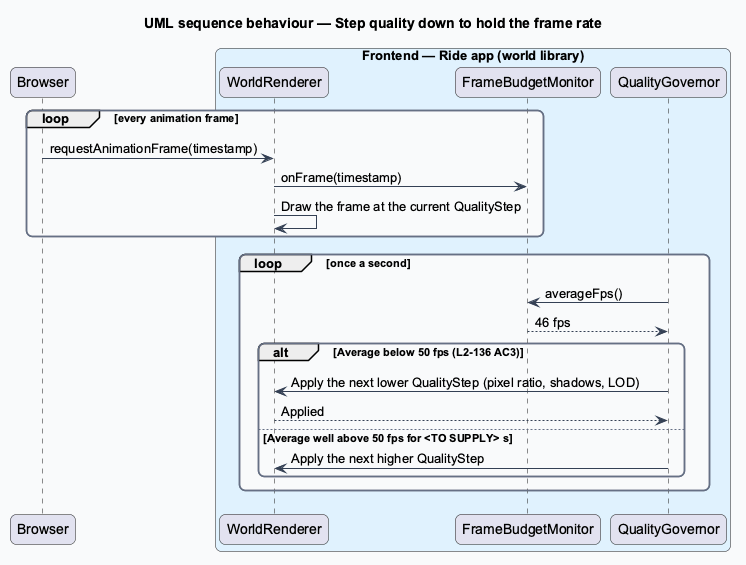
Earlier version of the PlantUML export docs/detailed-designs/performance/meet-performance-budgets/diagrams/sequence-quality-step-down.png (QuinntyneBrown/ride-one).
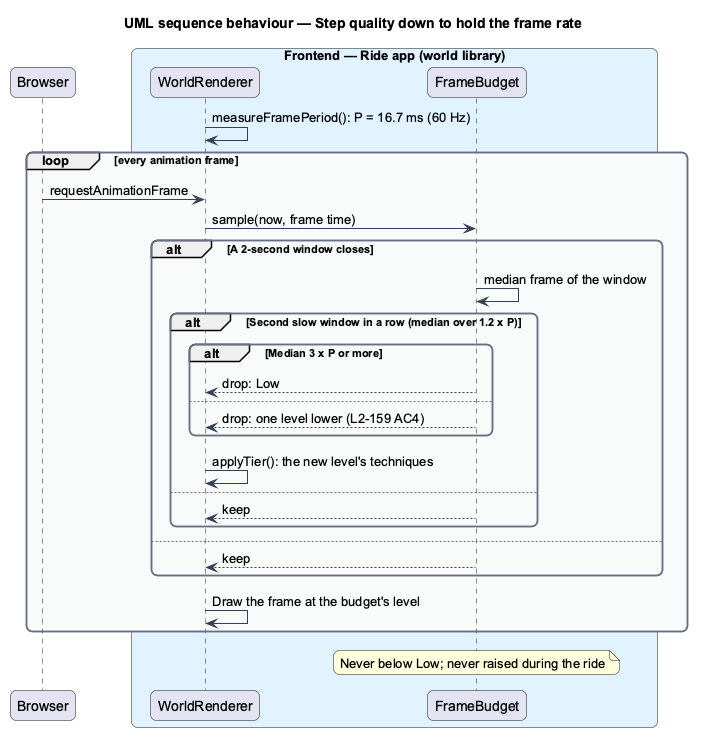
Later version of the same file.

Commit message:
Step down as main's frame budget does, in the performance design and L2-159

What changed in the source:
```diff
@@ -17,22 +17,28 @@
 participant "Browser" as browser
 box "Frontend — Ride app (world library)" #E0F2FE
   participant "WorldRenderer" as renderer
-  participant "FrameBudgetMonitor" as monitor
-  participant "QualityGovernor" as governor
+  participant "FrameBudget" as budget
 end box
+renderer -> renderer : measureFramePeriod(): P = 16.7 ms (60 Hz)
 loop every animation frame
-  browser -> renderer : requestAnimationFrame(timestamp)
-  renderer -> monitor : onFrame(timestamp)
-  renderer -> renderer : Draw the frame at the current QualityStep
+  browser -> renderer : requestAnimationFrame
+  renderer -> budget : sample(now, frame time)
+  alt A 2-second window closes
+    budget -> budget : median frame of the window
+    alt Second slow window in a row (median over 1.2 x P)
+      alt Median 3 x P or more
+        budget --> renderer : drop: Low
+      else
+        budget --> renderer : drop: one level lower (L2-159 AC4)
+      end
+      renderer -> renderer : applyTier(): the new level's techniques
+    else
+      budget --> renderer : keep
+    end
+  else
+    budget --> renderer : keep
+  end
+  renderer -> renderer : Draw the frame at the budget's level
 end
-loop once a second
-  governor -> monitor : averageFps()
-  monitor --> governor : 46 fps
-  alt Average below 50 fps (L2-136 AC3)
-    governor -> renderer : Apply the next lower QualityStep (pixel ratio, shadows, LOD)
-    renderer --> governor : Applied
-  else Average well above 50 fps for <TO SUPPLY> s
-    governor -> renderer : Apply the next higher QualityStep
-  end
-end
+note over budget : Never below Low; never raised during the ride
 @enduml
```
